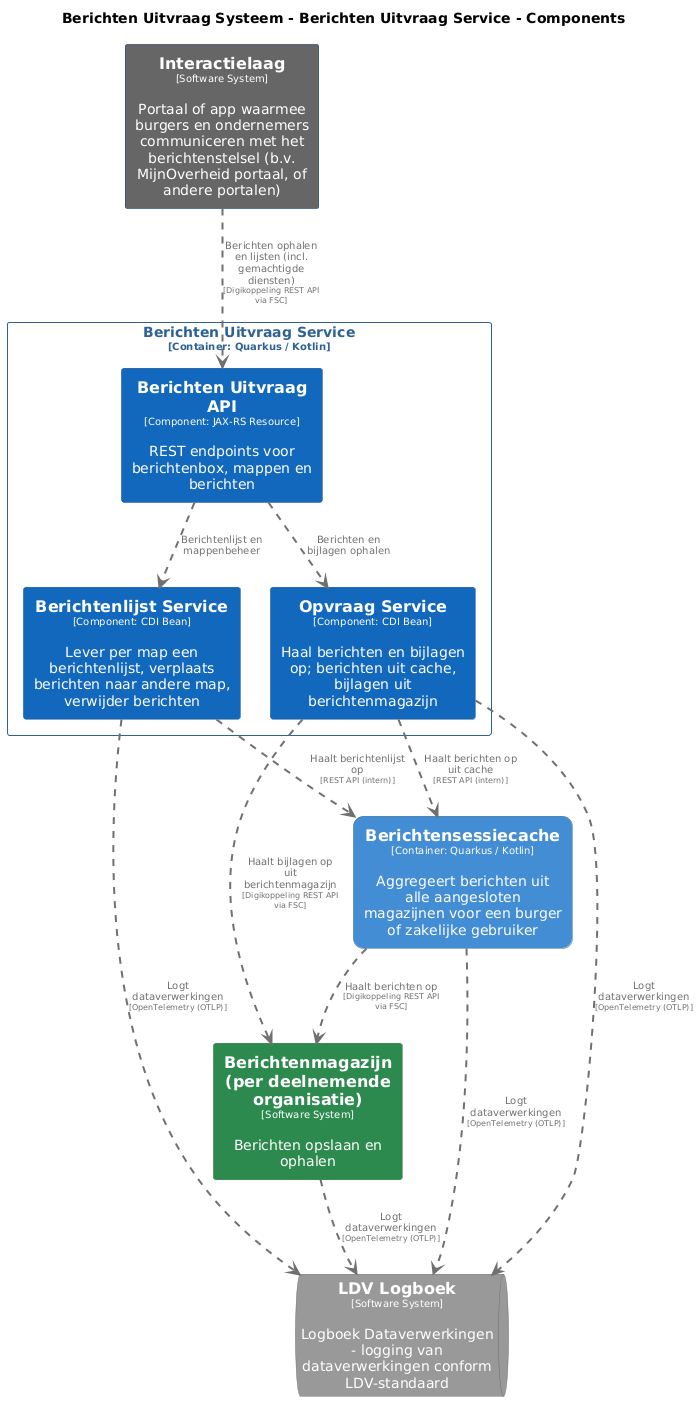
The PlantUML diagram pr-preview/pr-22/master/png/BerichtenUitvraagServiceComponenten.png in MinBZK/moza-poc-fbs-berichtenbox, before a commit. The source it was exported from:
```plantuml
@startuml
set separator none
title Berichten Uitvraag Systeem - Berichten Uitvraag Service - Components

top to bottom direction
skinparam ranksep 60
skinparam nodesep 30

skinparam {
  arrowFontSize 10
  defaultTextAlignment center
  wrapWidth 200
  maxMessageSize 100
}

hide stereotype

skinparam rectangle<<BerichtenUitvraagSysteem.BerichtenUitvraagService.BerichtenUitvraagAPI>> {
  BackgroundColor #1168bd
  FontColor #ffffff
  BorderColor #0b4884
  shadowing false
}
skinparam rectangle<<BerichtenUitvraagSysteem.BerichtenUitvraagService.BerichtenlijstService>> {
  BackgroundColor #1168bd
  FontColor #ffffff
  BorderColor #0b4884
  shadowing false
}
skinparam rectangle<<Berichtenmagazijnperdeelnemendeorganisatie>> {
  BackgroundColor #2d8a4e
  FontColor #ffffff
  BorderColor #1e6b38
  shadowing false
}
skinparam rectangle<<BerichtenUitvraagSysteem.Berichtensessiecache>> {
  BackgroundColor #438dd5
  FontColor #ffffff
  BorderColor #2e6295
  roundCorner 20
  shadowing false
}
skinparam rectangle<<Interactielaag>> {
  BackgroundColor #666666
  FontColor #ffffff
  BorderColor #0b4884
  shadowing false
}
skinparam queue<<LDVLogboek>> {
  BackgroundColor #999999
  FontColor #ffffff
  BorderColor #6b6b6b
  shadowing false
}
skinparam rectangle<<BerichtenUitvraagSysteem.BerichtenUitvraagService.OpvraagService>> {
  BackgroundColor #1168bd
  FontColor #ffffff
  BorderColor #0b4884
  shadowing false
}
skinparam rectangle<<BerichtenUitvraagSysteem.BerichtenUitvraagService>> {
  BorderColor #2e6295
  FontColor #2e6295
  shadowing false
}

rectangle "==Interactielaag\n<size:10>[Software System]</size>\n\nPortaal of app waarmee burgers en ondernemers communiceren met het berichtenstelsel (b.v. MijnOverheid portaal, of andere portalen)" <<Interactielaag>> as Interactielaag
rectangle "==Berichtenmagazijn (per deelnemende organisatie)\n<size:10>[Software System]</size>\n\nBerichten opslaan en ophalen" <<Berichtenmagazijnperdeelnemendeorganisatie>> as Berichtenmagazijnperdeelnemendeorganisatie
rectangle "==Berichtensessiecache\n<size:10>[Container: Quarkus / Kotlin]</size>\n\nAggregeert berichten uit alle aangesloten magazijnen voor een burger of zakelijke gebruiker" <<BerichtenUitvraagSysteem.Berichtensessiecache>> as BerichtenUitvraagSysteem.Berichtensessiecache
queue "==LDV Logboek\n<size:10>[Software System]</size>\n\nLogboek Dataverwerkingen - logging van dataverwerkingen conform LDV-standaard" <<LDVLogboek>> as LDVLogboek

rectangle "Berichten Uitvraag Service\n<size:10>[Container: Quarkus / Kotlin]</size>" <<BerichtenUitvraagSysteem.BerichtenUitvraagService>> {
  rectangle "==Berichten Uitvraag API\n<size:10>[Component: JAX-RS Resource]</size>\n\nREST endpoints voor berichtenbox, mappen en berichten" <<BerichtenUitvraagSysteem.BerichtenUitvraagService.BerichtenUitvraagAPI>> as BerichtenUitvraagSysteem.BerichtenUitvraagService.BerichtenUitvraagAPI
  rectangle "==Berichtenlijst Service\n<size:10>[Component: CDI Bean]</size>\n\nLever per map een berichtenlijst, verplaats berichten naar andere map, verwijder berichten" <<BerichtenUitvraagSysteem.BerichtenUitvraagService.BerichtenlijstService>> as BerichtenUitvraagSysteem.BerichtenUitvraagService.BerichtenlijstService
  rectangle "==Opvraag Service\n<size:10>[Component: CDI Bean]</size>\n\nHaal berichten en bijlagen op; berichten uit cache, bijlagen uit berichtenmagazijn" <<BerichtenUitvraagSysteem.BerichtenUitvraagService.OpvraagService>> as BerichtenUitvraagSysteem.BerichtenUitvraagService.OpvraagService
}

Berichtenmagazijnperdeelnemendeorganisatie .[#707070,thickness=2].> LDVLogboek : "<color:#707070>Logt dataverwerkingen\n<color:#707070><size:8>[OpenTelemetry (OTLP)]</size>"
BerichtenUitvraagSysteem.Berichtensessiecache .[#707070,thickness=2].> LDVLogboek : "<color:#707070>Logt dataverwerkingen\n<color:#707070><size:8>[OpenTelemetry (OTLP)]</size>"
BerichtenUitvraagSysteem.BerichtenUitvraagService.BerichtenlijstService .[#707070,thickness=2].> LDVLogboek : "<color:#707070>Logt dataverwerkingen\n<color:#707070><size:8>[OpenTelemetry (OTLP)]</size>"
BerichtenUitvraagSysteem.BerichtenUitvraagService.OpvraagService .[#707070,thickness=2].> LDVLogboek : "<color:#707070>Logt dataverwerkingen\n<color:#707070><size:8>[OpenTelemetry (OTLP)]</size>"
BerichtenUitvraagSysteem.BerichtenUitvraagService.BerichtenUitvraagAPI .[#707070,thickness=2].> BerichtenUitvraagSysteem.BerichtenUitvraagService.BerichtenlijstService : "<color:#707070>Berichtenlijst en mappenbeheer"
BerichtenUitvraagSysteem.BerichtenUitvraagService.BerichtenUitvraagAPI .[#707070,thickness=2].> BerichtenUitvraagSysteem.BerichtenUitvraagService.OpvraagService : "<color:#707070>Berichten en bijlagen ophalen"
BerichtenUitvraagSysteem.BerichtenUitvraagService.OpvraagService .[#707070,thickness=2].> BerichtenUitvraagSysteem.Berichtensessiecache : "<color:#707070>Haalt berichten op uit cache\n<color:#707070><size:8>[REST API (intern)]</size>"
BerichtenUitvraagSysteem.BerichtenUitvraagService.BerichtenlijstService .[#707070,thickness=2].> BerichtenUitvraagSysteem.Berichtensessiecache : "<color:#707070>Haalt berichtenlijst op\n<color:#707070><size:8>[REST API (intern)]</size>"
Interactielaag .[#707070,thickness=2].> BerichtenUitvraagSysteem.BerichtenUitvraagService.BerichtenUitvraagAPI : "<color:#707070>Berichten ophalen en lijsten (incl. gemachtigde diensten)\n<color:#707070><size:8>[Digikoppeling REST API via FSC]</size>"
BerichtenUitvraagSysteem.BerichtenUitvraagService.OpvraagService .[#707070,thickness=2].> Berichtenmagazijnperdeelnemendeorganisatie : "<color:#707070>Haalt bijlagen op uit berichtenmagazijn\n<color:#707070><size:8>[Digikoppeling REST API via FSC]</size>"
BerichtenUitvraagSysteem.Berichtensessiecache .[#707070,thickness=2].> Berichtenmagazijnperdeelnemendeorganisatie : "<color:#707070>Haalt berichten op\n<color:#707070><size:8>[Digikoppeling REST API via FSC]</size>"
@enduml
```
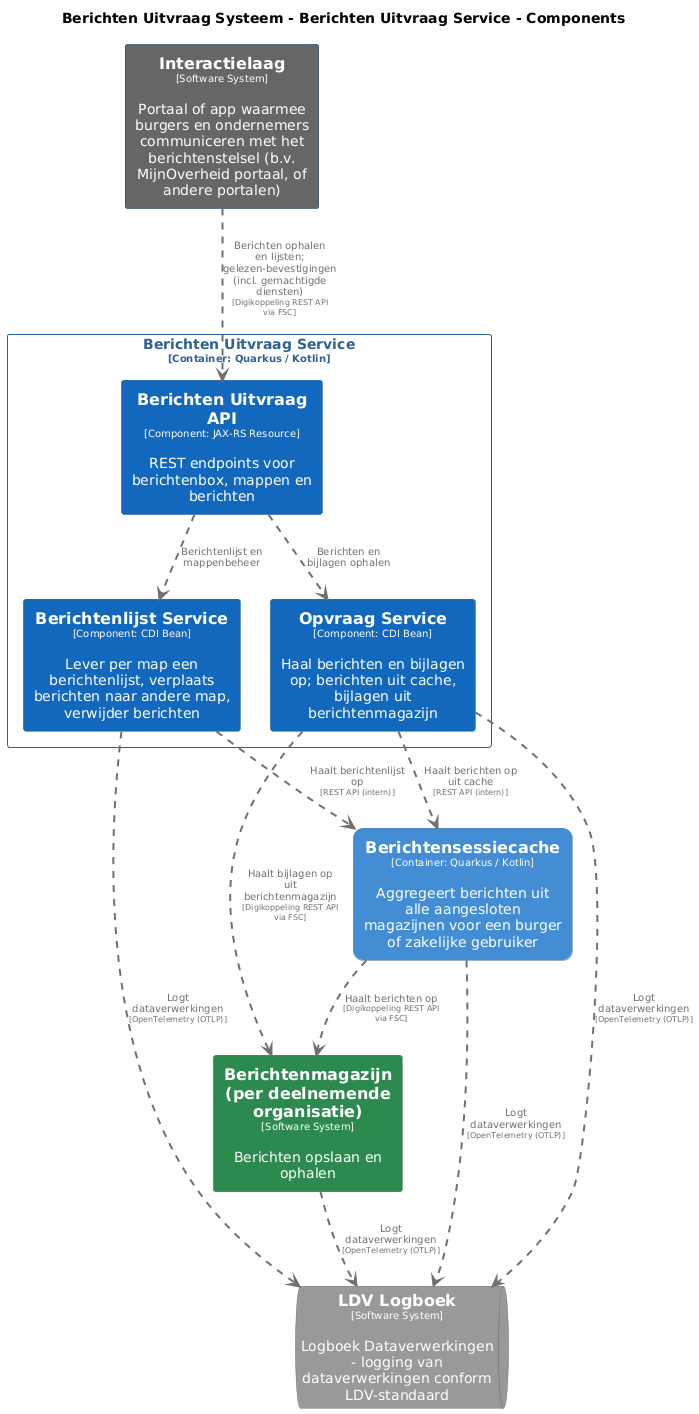
The same file after the commit.

What changed in the source:
```diff
@@ -83,7 +83,7 @@
 BerichtenUitvraagSysteem.BerichtenUitvraagService.BerichtenUitvraagAPI .[#707070,thickness=2].> BerichtenUitvraagSysteem.BerichtenUitvraagService.OpvraagService : "<color:#707070>Berichten en bijlagen ophalen"
 BerichtenUitvraagSysteem.BerichtenUitvraagService.OpvraagService .[#707070,thickness=2].> BerichtenUitvraagSysteem.Berichtensessiecache : "<color:#707070>Haalt berichten op uit cache\n<color:#707070><size:8>[REST API (intern)]</size>"
 BerichtenUitvraagSysteem.BerichtenUitvraagService.BerichtenlijstService .[#707070,thickness=2].> BerichtenUitvraagSysteem.Berichtensessiecache : "<color:#707070>Haalt berichtenlijst op\n<color:#707070><size:8>[REST API (intern)]</size>"
-Interactielaag .[#707070,thickness=2].> BerichtenUitvraagSysteem.BerichtenUitvraagService.BerichtenUitvraagAPI : "<color:#707070>Berichten ophalen en lijsten (incl. gemachtigde diensten)\n<color:#707070><size:8>[Digikoppeling REST API via FSC]</size>"
+Interactielaag .[#707070,thickness=2].> BerichtenUitvraagSysteem.BerichtenUitvraagService.BerichtenUitvraagAPI : "<color:#707070>Berichten ophalen en lijsten; gelezen-bevestigingen (incl. gemachtigde diensten)\n<color:#707070><size:8>[Digikoppeling REST API via FSC]</size>"
 BerichtenUitvraagSysteem.BerichtenUitvraagService.OpvraagService .[#707070,thickness=2].> Berichtenmagazijnperdeelnemendeorganisatie : "<color:#707070>Haalt bijlagen op uit berichtenmagazijn\n<color:#707070><size:8>[Digikoppeling REST API via FSC]</size>"
 BerichtenUitvraagSysteem.Berichtensessiecache .[#707070,thickness=2].> Berichtenmagazijnperdeelnemendeorganisatie : "<color:#707070>Haalt berichten op\n<color:#707070><size:8>[Digikoppeling REST API via FSC]</size>"
 @enduml
```
